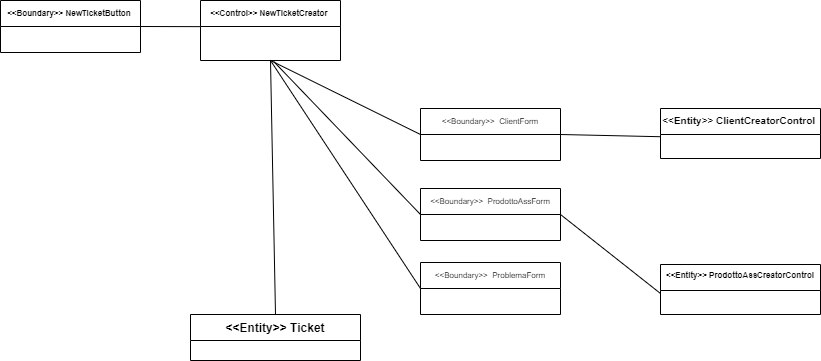
Before: Object&SequenceDiagram/OD_3.png, a diagram exported from draw.io (Ciro-Fusco/NewDM). Source tidied: cells renumbered, new cells last; positions are measured from the earlier drawing's top-left corner, leaving out a move shared by most shapes.
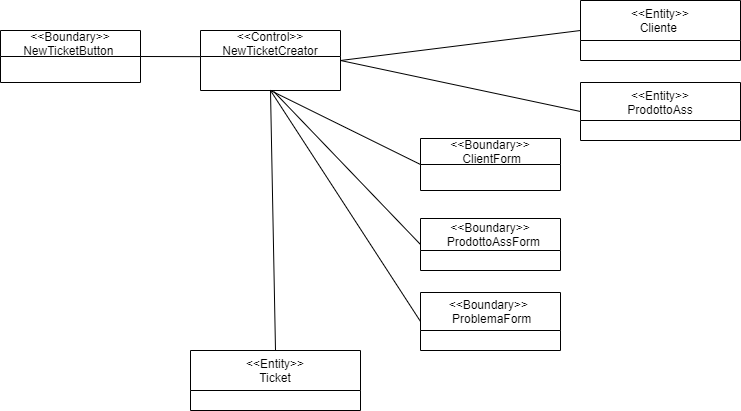
Above is the later version.

The edit, as a diff of the source:
```diff
@@ -2,23 +2,23 @@
   <root>
     <mxCell id="0" />
     <mxCell id="1" parent="0" />
-    <mxCell id="2" value="&lt;&lt;Entity&gt;&gt; Ticket" style="swimlane;fontStyle=1;align=center;verticalAlign=top;horizontal=1;startSize=26;" parent="1" vertex="1">
-      <mxGeometry x="190" y="314" width="170" height="46" as="geometry" />
+    <mxCell id="2" value="&lt;&lt;Entity&gt;&gt; &#10;Ticket" style="swimlane;fontStyle=0;align=center;verticalAlign=top;horizontal=1;startSize=40;" parent="1" vertex="1">
+      <mxGeometry x="190" y="320" width="170" height="60" as="geometry" />
     </mxCell>
-    <mxCell id="3" value="&lt;&lt;Boundary&gt;&gt; NewTicketButton " style="swimlane;fontStyle=1;horizontal=1;startSize=26;fillColor=none;fontSize=8;" parent="1" vertex="1">
+    <mxCell id="3" value="&lt;&lt;Boundary&gt;&gt; &#10;NewTicketButton " style="swimlane;fontStyle=0;horizontal=1;startSize=26;fillColor=none;fontSize=12;" parent="1" vertex="1">
       <mxGeometry width="140" height="52" as="geometry" />
     </mxCell>
-    <mxCell id="4" value="&lt;&lt;Boundary&gt;&gt;  ClientForm" style="swimlane;fontStyle=0;horizontal=1;startSize=26;fillColor=none;fontSize=8;" parent="1" vertex="1">
+    <mxCell id="4" value="&lt;&lt;Boundary&gt;&gt;&#10; ClientForm" style="swimlane;fontStyle=0;horizontal=1;startSize=26;fillColor=none;fontSize=12;" parent="1" vertex="1">
       <mxGeometry x="420" y="108" width="140" height="52" as="geometry" />
     </mxCell>
-    <mxCell id="5" value="&lt;&lt;Control&gt;&gt; NewTicketCreator " style="swimlane;fontStyle=1;horizontal=1;startSize=26;fillColor=none;fontSize=8;" parent="1" vertex="1">
+    <mxCell id="5" value="&lt;&lt;Control&gt;&gt;&#10; NewTicketCreator " style="swimlane;fontStyle=0;horizontal=1;startSize=26;fillColor=none;fontSize=12;" parent="1" vertex="1">
       <mxGeometry x="200" width="140" height="60" as="geometry" />
     </mxCell>
-    <mxCell id="6" value="&lt;&lt;Boundary&gt;&gt;  ProdottoAssForm" style="swimlane;fontStyle=0;horizontal=1;startSize=26;fillColor=none;fontSize=8;" parent="1" vertex="1">
+    <mxCell id="6" value="&lt;&lt;Boundary&gt;&gt;&#10;  ProdottoAssForm" style="swimlane;fontStyle=0;horizontal=1;startSize=32;fillColor=none;fontSize=12;" parent="1" vertex="1">
       <mxGeometry x="420" y="188" width="140" height="52" as="geometry" />
     </mxCell>
-    <mxCell id="7" value="&lt;&lt;Boundary&gt;&gt;  ProblemaForm" style="swimlane;fontStyle=0;horizontal=1;startSize=26;fillColor=none;fontSize=8;" parent="1" vertex="1">
-      <mxGeometry x="420" y="262" width="140" height="52" as="geometry" />
+    <mxCell id="7" value="&lt;&lt;Boundary&gt;&gt; &#10; ProblemaForm" style="swimlane;fontStyle=0;horizontal=1;startSize=38;fillColor=none;fontSize=12;" parent="1" vertex="1">
+      <mxGeometry x="420" y="262" width="140" height="58" as="geometry" />
     </mxCell>
     <mxCell id="8" style="endArrow=none;html=1;entryX=-0.003;entryY=0.004;entryDx=0;entryDy=0;entryPerimeter=0;" parent="1" edge="1">
       <mxGeometry relative="1" as="geometry">
@@ -39,24 +39,20 @@
     <mxCell id="11" style="endArrow=none;html=1;entryX=0;entryY=0.5;entryDx=0;entryDy=0;exitX=0.5;exitY=1;exitDx=0;exitDy=0;" parent="1" edge="1" source="5" target="7">
       <mxGeometry relative="1" as="geometry" />
     </mxCell>
-    <mxCell id="12" style="endArrow=none;html=1;exitX=1;exitY=0.5;exitDx=0;exitDy=0;" parent="1" edge="1" source="4">
-      <mxGeometry relative="1" as="geometry">
-        <mxPoint x="660" y="136.2" as="targetPoint" />
-      </mxGeometry>
+    <mxCell id="12" style="endArrow=none;html=1;exitX=1;exitY=0.5;exitDx=0;exitDy=0;entryX=0;entryY=0.5;entryDx=0;entryDy=0;" parent="1" edge="1" source="5" target="16">
+      <mxGeometry relative="1" as="geometry" />
     </mxCell>
-    <mxCell id="13" style="endArrow=none;html=1;exitX=1;exitY=0.5;exitDx=0;exitDy=0;entryX=0;entryY=0.5;entryDx=0;entryDy=0;" parent="1" edge="1" source="6">
-      <mxGeometry relative="1" as="geometry">
-        <mxPoint x="660" y="293" as="targetPoint" />
-      </mxGeometry>
+    <mxCell id="13" style="endArrow=none;html=1;exitX=1;exitY=0.5;exitDx=0;exitDy=0;entryX=0;entryY=0.5;entryDx=0;entryDy=0;" parent="1" edge="1" source="5" target="15">
+      <mxGeometry relative="1" as="geometry" />
     </mxCell>
     <mxCell id="14" style="endArrow=none;html=1;exitX=0.5;exitY=0;exitDx=0;exitDy=0;entryX=0.5;entryY=1;entryDx=0;entryDy=0;" parent="1" edge="1" source="2" target="5">
       <mxGeometry relative="1" as="geometry" />
     </mxCell>
-    <mxCell id="15" value="&lt;&lt;Entity&gt;&gt; ProdottoAssCreatorControl" style="swimlane;fontStyle=1;align=center;verticalAlign=top;horizontal=1;startSize=26;fontSize=8;" parent="1" vertex="1">
-      <mxGeometry x="660" y="264" width="160" height="50" as="geometry" />
+    <mxCell id="15" value="&lt;&lt;Entity&gt;&gt; &#10;ProdottoAss" style="swimlane;fontStyle=0;align=center;verticalAlign=top;horizontal=1;startSize=38;fontSize=12;" parent="1" vertex="1">
+      <mxGeometry x="580" y="52" width="160" height="58" as="geometry" />
     </mxCell>
-    <mxCell id="16" value="&lt;&lt;Entity&gt;&gt; ClientCreatorControl " style="swimlane;fontStyle=1;align=center;verticalAlign=top;horizontal=1;startSize=26;fontSize=10;" parent="1" vertex="1">
-      <mxGeometry x="660" y="108" width="160" height="50" as="geometry" />
+    <mxCell id="16" value="&lt;&lt;Entity&gt;&gt; &#10;Cliente " style="swimlane;fontStyle=0;align=center;verticalAlign=top;horizontal=1;startSize=40;fontSize=12;" parent="1" vertex="1">
+      <mxGeometry x="580" y="-30" width="160" height="60" as="geometry" />
     </mxCell>
   </root>
 </mxGraphModel>
```
